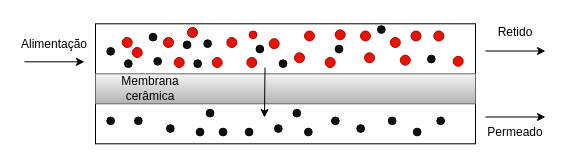
Before: Informacional_diagram.drawio in igcampos/Mestrado, a draw.io diagram. Source tidied: cells renumbered, new cells numbered last; positions are measured from the earlier drawing's top-left corner, leaving out a move shared by most shapes. Both pictures are drawn from the tidied source at 100%, with x=0, y=0 at pixel (24, 17).
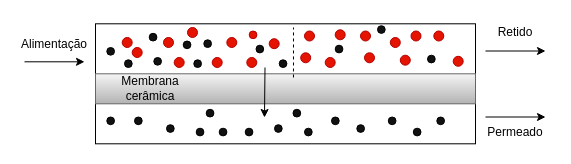
After the change.

Unchanged cells that the change refers to:
```xml
<mxCell id="5" style="rounded=0;whiteSpace=wrap;html=1;fillColor=#f5f5f5;strokeColor=#666666;gradientColor=#b3b3b3;" parent="1" vertex="1">
  <mxGeometry x="71" y="56.3" width="380" height="30" as="geometry" />
</mxCell>
```

The edit, as a diff of the source:
```diff
@@
     <mxCell id="26" style="ellipse;whiteSpace=wrap;html=1;fillColor=#e51400;fontColor=#ffffff;strokeColor=#B20000;" parent="1" vertex="1">
-      <mxGeometry x="270" y="35.3" width="10" height="10" as="geometry" />
+      <mxGeometry x="276.2" y="35.3" width="10" height="10" as="geometry" />
     </mxCell>
@@
+    <mxCell id="60" style="endArrow=none;dashed=1;html=1;rounded=0;exitX=0.521;exitY=0.122;exitDx=0;exitDy=0;exitPerimeter=0;" parent="1" edge="1" source="5">
+      <mxGeometry relative="1" as="geometry">
+        <mxPoint x="269" y="10" as="targetPoint" />
+      </mxGeometry>
+    </mxCell>
```
